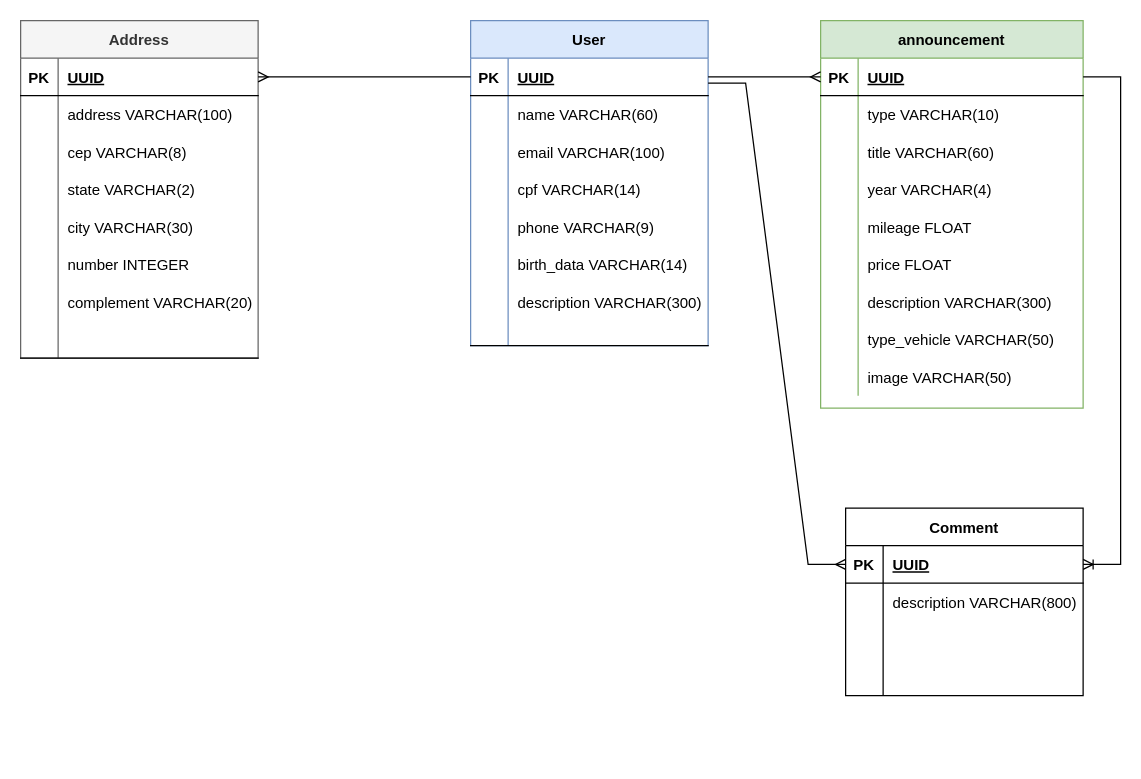
adrianonobrega/api-email keeps this draw.io diagram as Diagrama sem nome.drawio. Above is the earlier version. Source tidied: cells renumbered, new cells numbered last; positions are measured from the earlier drawing's top-left corner, leaving out a move shared by most shapes. Both pictures are drawn from the tidied source at 125%, with x=0, y=0 at pixel (20, 20).
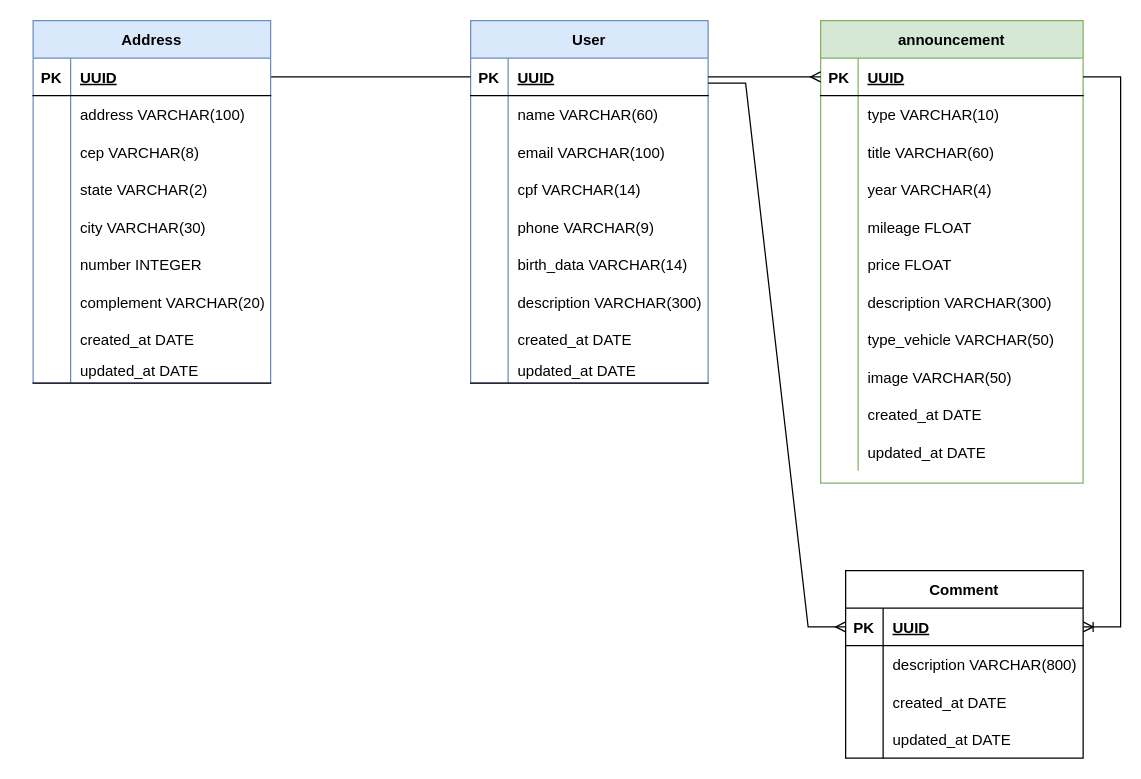
The same page after the edit.

Unchanged cells that the change refers to:
```xml
<mxCell id="3" style="shape=tableRow;horizontal=0;startSize=0;swimlaneHead=0;swimlaneBody=0;fillColor=none;points=[[0,0.5],[1,0.5]];portConstraint=eastwest;top=0;left=0;right=0;bottom=1;" parent="2" vertex="1">
  <mxGeometry y="30" width="190" height="30" as="geometry" />
</mxCell>
<mxCell id="89" style="shape=tableRow;horizontal=0;startSize=0;swimlaneHead=0;swimlaneBody=0;fillColor=none;top=0;left=0;right=0;bottom=0;" parent="82" vertex="1">
  <mxGeometry y="90" width="190" height="30" as="geometry" />
</mxCell>
<mxCell id="92" style="shape=tableRow;horizontal=0;startSize=0;swimlaneHead=0;swimlaneBody=0;fillColor=none;top=0;left=0;right=0;bottom=0;" parent="82" vertex="1">
  <mxGeometry y="120" width="190" height="30" as="geometry" />
</mxCell>
```

What changed in the source:
```diff
@@
     <mxCell id="2" value="User" style="shape=table;startSize=30;childLayout=tableLayout;rowLines=0;fontStyle=1;align=center;fillColor=#dae8fc;strokeColor=#6c8ebf;" parent="1" vertex="1">
-      <mxGeometry x="360" width="190" height="260" as="geometry" />
+      <mxGeometry x="360" width="190" height="290" as="geometry" />
     </mxCell>
@@
+    <mxCell id="97" style="shape=tableRow;horizontal=0;startSize=0;swimlaneHead=0;swimlaneBody=0;fillColor=none;top=0;left=0;right=0;bottom=0;" parent="2" vertex="1">
+      <mxGeometry y="240" width="190" height="30" as="geometry" />
+    </mxCell>
+    <mxCell id="98" style="shape=partialRectangle;fillColor=none;top=0;left=0;bottom=0;right=0;overflow=hidden;" parent="97" vertex="1">
+      <mxGeometry width="30" height="30" as="geometry" />
+    </mxCell>
+    <mxCell id="99" value="created_at DATE" style="shape=partialRectangle;fillColor=none;top=0;left=0;bottom=0;right=0;align=left;spacingLeft=6;overflow=hidden;" parent="97" vertex="1">
+      <mxGeometry x="30" width="160" height="30" as="geometry" />
+    </mxCell>
     <mxCell id="24" style="shape=tableRow;horizontal=0;startSize=0;swimlaneHead=0;swimlaneBody=0;fillColor=none;top=0;left=0;right=0;bottom=1;" parent="2" vertex="1">
-      <mxGeometry y="240" width="190" height="20" as="geometry" />
+      <mxGeometry y="270" width="190" height="20" as="geometry" />
     </mxCell>
@@
-    <mxCell id="26" style="shape=partialRectangle;fillColor=none;top=0;left=0;bottom=0;right=0;align=left;spacingLeft=6;fontStyle=5;overflow=hidden;" parent="24" vertex="1">
+    <mxCell id="26" value="updated_at DATE" style="shape=partialRectangle;fillColor=none;top=0;left=0;bottom=0;right=0;align=left;spacingLeft=6;fontStyle=0;overflow=hidden;strokeColor=none;" parent="24" vertex="1">
       <mxGeometry x="30" width="160" height="20" as="geometry" />
     </mxCell>
-    <mxCell id="27" value="Address" style="shape=table;startSize=30;childLayout=tableLayout;rowLines=0;fontStyle=1;align=center;fillColor=#f5f5f5;fontColor=#333333;strokeColor=#666666;" parent="1" vertex="1">
-      <mxGeometry width="190" height="270" as="geometry" />
-    </mxCell>
-    <mxCell id="28" style="shape=tableRow;horizontal=0;startSize=0;swimlaneHead=0;swimlaneBody=0;fillColor=none;points=[[0,0.5],[1,0.5]];portConstraint=eastwest;top=0;left=0;right=0;bottom=1;" parent="27" vertex="1">
-      <mxGeometry y="30" width="190" height="30" as="geometry" />
-    </mxCell>
-    <mxCell id="29" value="PK" style="shape=partialRectangle;fillColor=none;top=0;left=0;bottom=0;right=0;fontStyle=1;overflow=hidden;" parent="28" vertex="1">
-      <mxGeometry width="30" height="30" as="geometry" />
-    </mxCell>
-    <mxCell id="30" value="UUID" style="shape=partialRectangle;fillColor=none;top=0;left=0;bottom=0;right=0;align=left;spacingLeft=6;fontStyle=5;overflow=hidden;" parent="28" vertex="1">
-      <mxGeometry x="30" width="160" height="30" as="geometry" />
-    </mxCell>
-    <mxCell id="31" style="shape=tableRow;horizontal=0;startSize=0;swimlaneHead=0;swimlaneBody=0;fillColor=none;top=0;left=0;right=0;bottom=0;" parent="27" vertex="1">
-      <mxGeometry y="60" width="190" height="30" as="geometry" />
-    </mxCell>
-    <mxCell id="32" style="shape=partialRectangle;fillColor=none;top=0;left=0;bottom=0;right=0;overflow=hidden;" parent="31" vertex="1">
-      <mxGeometry width="30" height="30" as="geometry" />
-    </mxCell>
-    <mxCell id="33" value="address VARCHAR(100)" style="shape=partialRectangle;fillColor=none;top=0;left=0;bottom=0;right=0;align=left;spacingLeft=6;overflow=hidden;" parent="31" vertex="1">
-      <mxGeometry x="30" width="160" height="30" as="geometry" />
-    </mxCell>
-    <mxCell id="34" style="shape=tableRow;horizontal=0;startSize=0;swimlaneHead=0;swimlaneBody=0;fillColor=none;top=0;left=0;right=0;bottom=0;" parent="27" vertex="1">
-      <mxGeometry y="90" width="190" height="30" as="geometry" />
-    </mxCell>
-    <mxCell id="35" style="shape=partialRectangle;fillColor=none;top=0;left=0;bottom=0;right=0;overflow=hidden;" parent="34" vertex="1">
-      <mxGeometry width="30" height="30" as="geometry" />
-    </mxCell>
-    <mxCell id="36" value="cep VARCHAR(8)" style="shape=partialRectangle;fillColor=none;top=0;left=0;bottom=0;right=0;align=left;spacingLeft=6;overflow=hidden;" parent="34" vertex="1">
-      <mxGeometry x="30" width="160" height="30" as="geometry" />
-    </mxCell>
-    <mxCell id="37" style="shape=tableRow;horizontal=0;startSize=0;swimlaneHead=0;swimlaneBody=0;fillColor=none;top=0;left=0;right=0;bottom=0;" parent="27" vertex="1">
-      <mxGeometry y="120" width="190" height="30" as="geometry" />
-    </mxCell>
-    <mxCell id="38" style="shape=partialRectangle;fillColor=none;top=0;left=0;bottom=0;right=0;overflow=hidden;" parent="37" vertex="1">
-      <mxGeometry width="30" height="30" as="geometry" />
-    </mxCell>
-    <mxCell id="39" value="state VARCHAR(2)" style="shape=partialRectangle;fillColor=none;top=0;left=0;bottom=0;right=0;align=left;spacingLeft=6;overflow=hidden;" parent="37" vertex="1">
-      <mxGeometry x="30" width="160" height="30" as="geometry" />
-    </mxCell>
-    <mxCell id="40" style="shape=tableRow;horizontal=0;startSize=0;swimlaneHead=0;swimlaneBody=0;fillColor=none;top=0;left=0;right=0;bottom=0;" parent="27" vertex="1">
-      <mxGeometry y="150" width="190" height="30" as="geometry" />
-    </mxCell>
-    <mxCell id="41" style="shape=partialRectangle;fillColor=none;top=0;left=0;bottom=0;right=0;overflow=hidden;" parent="40" vertex="1">
-      <mxGeometry width="30" height="30" as="geometry" />
-    </mxCell>
-    <mxCell id="42" value="city VARCHAR(30)" style="shape=partialRectangle;fillColor=none;top=0;left=0;bottom=0;right=0;align=left;spacingLeft=6;overflow=hidden;" parent="40" vertex="1">
-      <mxGeometry x="30" width="160" height="30" as="geometry" />
-    </mxCell>
-    <mxCell id="43" style="shape=tableRow;horizontal=0;startSize=0;swimlaneHead=0;swimlaneBody=0;fillColor=none;top=0;left=0;right=0;bottom=0;" parent="27" vertex="1">
-      <mxGeometry y="180" width="190" height="30" as="geometry" />
-    </mxCell>
-    <mxCell id="44" style="shape=partialRectangle;fillColor=none;top=0;left=0;bottom=0;right=0;overflow=hidden;" parent="43" vertex="1">
-      <mxGeometry width="30" height="30" as="geometry" />
-    </mxCell>
-    <mxCell id="45" value="number INTEGER" style="shape=partialRectangle;fillColor=none;top=0;left=0;bottom=0;right=0;align=left;spacingLeft=6;overflow=hidden;" parent="43" vertex="1">
-      <mxGeometry x="30" width="160" height="30" as="geometry" />
-    </mxCell>
-    <mxCell id="46" style="shape=tableRow;horizontal=0;startSize=0;swimlaneHead=0;swimlaneBody=0;fillColor=none;top=0;left=0;right=0;bottom=0;" parent="27" vertex="1">
-      <mxGeometry y="210" width="190" height="30" as="geometry" />
-    </mxCell>
-    <mxCell id="47" style="shape=partialRectangle;fillColor=none;top=0;left=0;bottom=0;right=0;overflow=hidden;" parent="46" vertex="1">
-      <mxGeometry width="30" height="30" as="geometry" />
-    </mxCell>
-    <mxCell id="48" value="complement VARCHAR(20)" style="shape=partialRectangle;fillColor=none;top=0;left=0;bottom=0;right=0;align=left;spacingLeft=6;overflow=hidden;" parent="46" vertex="1">
-      <mxGeometry x="30" width="160" height="30" as="geometry" />
-    </mxCell>
-    <mxCell id="49" style="shape=tableRow;horizontal=0;startSize=0;swimlaneHead=0;swimlaneBody=0;fillColor=none;top=0;left=0;right=0;bottom=1;" parent="27" vertex="1">
-      <mxGeometry y="240" width="190" height="30" as="geometry" />
-    </mxCell>
-    <mxCell id="50" style="shape=partialRectangle;fillColor=none;top=0;left=0;bottom=0;right=0;fontStyle=1;overflow=hidden;" parent="49" vertex="1">
-      <mxGeometry width="30" height="30" as="geometry" />
-    </mxCell>
-    <mxCell id="51" style="shape=partialRectangle;fillColor=none;top=0;left=0;bottom=0;right=0;align=left;spacingLeft=6;fontStyle=5;overflow=hidden;" parent="49" vertex="1">
-      <mxGeometry x="30" width="160" height="30" as="geometry" />
-    </mxCell>
-    <mxCell id="52" style="edgeStyle=entityRelationEdgeStyle;fontSize=12;html=1;endArrow=ERmany;rounded=0;entryX=1;entryY=0.5;entryDx=0;entryDy=0;exitX=0;exitY=0.5;exitDx=0;exitDy=0;" parent="1" edge="1" source="3" target="28">
-      <mxGeometry relative="1" as="geometry" />
-    </mxCell>
     <mxCell id="53" value="announcement" style="shape=table;startSize=30;childLayout=tableLayout;rowLines=0;fontStyle=1;align=center;fillColor=#d5e8d4;strokeColor=#82b366;" parent="1" vertex="1">
-      <mxGeometry x="640" width="210" height="310" as="geometry" />
+      <mxGeometry x="640" width="210" height="370" as="geometry" />
     </mxCell>
@@
+    <mxCell id="100" style="shape=tableRow;horizontal=0;startSize=0;swimlaneHead=0;swimlaneBody=0;fillColor=none;top=0;left=0;right=0;bottom=0;" parent="53" vertex="1">
+      <mxGeometry y="300" width="210" height="30" as="geometry" />
+    </mxCell>
+    <mxCell id="101" style="shape=partialRectangle;fillColor=none;top=0;left=0;bottom=0;right=0;overflow=hidden;" parent="100" vertex="1">
+      <mxGeometry width="30" height="30" as="geometry" />
+    </mxCell>
+    <mxCell id="102" value="created_at DATE" style="shape=partialRectangle;fillColor=none;top=0;left=0;bottom=0;right=0;align=left;spacingLeft=6;overflow=hidden;" parent="100" vertex="1">
+      <mxGeometry x="30" width="180" height="30" as="geometry" />
+    </mxCell>
+    <mxCell id="103" style="shape=tableRow;horizontal=0;startSize=0;swimlaneHead=0;swimlaneBody=0;fillColor=none;top=0;left=0;right=0;bottom=0;" parent="53" vertex="1">
+      <mxGeometry y="330" width="210" height="30" as="geometry" />
+    </mxCell>
+    <mxCell id="104" style="shape=partialRectangle;fillColor=none;top=0;left=0;bottom=0;right=0;overflow=hidden;" parent="103" vertex="1">
+      <mxGeometry width="30" height="30" as="geometry" />
+    </mxCell>
+    <mxCell id="105" value="updated_at DATE" style="shape=partialRectangle;fillColor=none;top=0;left=0;bottom=0;right=0;align=left;spacingLeft=6;overflow=hidden;" parent="103" vertex="1">
+      <mxGeometry x="30" width="180" height="30" as="geometry" />
+    </mxCell>
@@
     <mxCell id="82" value="Comment" style="shape=table;startSize=30;childLayout=tableLayout;rowLines=0;fontStyle=1;align=center;" parent="1" vertex="1">
-      <mxGeometry x="660" y="390" width="190" height="150" as="geometry" />
+      <mxGeometry x="660" y="440" width="190" height="150" as="geometry" />
     </mxCell>
@@
-    <mxCell id="91" style="shape=partialRectangle;fillColor=none;top=0;left=0;bottom=0;right=0;align=left;spacingLeft=6;overflow=hidden;" parent="89" vertex="1">
+    <mxCell id="91" value="created_at DATE" style="shape=partialRectangle;fillColor=none;top=0;left=0;bottom=0;right=0;align=left;spacingLeft=6;overflow=hidden;" parent="89" vertex="1">
       <mxGeometry x="30" width="160" height="30" as="geometry" />
     </mxCell>
@@
-    <mxCell id="94" style="shape=partialRectangle;fillColor=none;top=0;left=0;bottom=0;right=0;align=left;spacingLeft=6;overflow=hidden;" parent="92" vertex="1">
+    <mxCell id="94" value="updated_at DATE" style="shape=partialRectangle;fillColor=none;top=0;left=0;bottom=0;right=0;align=left;spacingLeft=6;overflow=hidden;" parent="92" vertex="1">
       <mxGeometry x="30" width="160" height="30" as="geometry" />
     </mxCell>
@@
+    <mxCell id="106" style="endArrow=none;html=1;rounded=0;exitX=1;exitY=0.5;exitDx=0;exitDy=0;entryX=0;entryY=0.5;entryDx=0;entryDy=0;" parent="1" edge="1" source="28" target="3">
+      <mxGeometry relative="1" as="geometry" />
+    </mxCell>
+    <mxCell id="27" value="Address" style="shape=table;startSize=30;childLayout=tableLayout;rowLines=0;fontStyle=1;align=center;fillColor=#dae8fc;strokeColor=#6c8ebf;" parent="1" vertex="1">
+      <mxGeometry x="10" width="190" height="290" as="geometry" />
+    </mxCell>
+    <mxCell id="28" style="shape=tableRow;horizontal=0;startSize=0;swimlaneHead=0;swimlaneBody=0;fillColor=none;points=[[0,0.5],[1,0.5]];portConstraint=eastwest;top=0;left=0;right=0;bottom=1;" parent="27" vertex="1">
+      <mxGeometry y="30" width="190" height="30" as="geometry" />
+    </mxCell>
+    <mxCell id="29" value="PK" style="shape=partialRectangle;fillColor=none;top=0;left=0;bottom=0;right=0;fontStyle=1;overflow=hidden;" parent="28" vertex="1">
+      <mxGeometry width="30" height="30" as="geometry" />
+    </mxCell>
+    <mxCell id="30" value="UUID" style="shape=partialRectangle;fillColor=none;top=0;left=0;bottom=0;right=0;align=left;spacingLeft=6;fontStyle=5;overflow=hidden;" parent="28" vertex="1">
+      <mxGeometry x="30" width="160" height="30" as="geometry" />
+    </mxCell>
+    <mxCell id="31" style="shape=tableRow;horizontal=0;startSize=0;swimlaneHead=0;swimlaneBody=0;fillColor=none;top=0;left=0;right=0;bottom=0;" parent="27" vertex="1">
+      <mxGeometry y="60" width="190" height="30" as="geometry" />
+    </mxCell>
+    <mxCell id="107" style="shape=partialRectangle;fillColor=none;top=0;left=0;bottom=0;right=0;overflow=hidden;" parent="31" vertex="1">
+      <mxGeometry width="30" height="30" as="geometry" />
+    </mxCell>
+    <mxCell id="33" value="address VARCHAR(100)" style="shape=partialRectangle;fillColor=none;top=0;left=0;bottom=0;right=0;align=left;spacingLeft=6;overflow=hidden;" parent="31" vertex="1">
+      <mxGeometry x="30" width="160" height="30" as="geometry" />
+    </mxCell>
+    <mxCell id="34" style="shape=tableRow;horizontal=0;startSize=0;swimlaneHead=0;swimlaneBody=0;fillColor=none;top=0;left=0;right=0;bottom=0;" parent="27" vertex="1">
+      <mxGeometry y="90" width="190" height="30" as="geometry" />
+    </mxCell>
+    <mxCell id="108" style="shape=partialRectangle;fillColor=none;top=0;left=0;bottom=0;right=0;overflow=hidden;" parent="34" vertex="1">
+      <mxGeometry width="30" height="30" as="geometry" />
+    </mxCell>
+    <mxCell id="36" value="cep VARCHAR(8)" style="shape=partialRectangle;fillColor=none;top=0;left=0;bottom=0;right=0;align=left;spacingLeft=6;overflow=hidden;" parent="34" vertex="1">
+      <mxGeometry x="30" width="160" height="30" as="geometry" />
+    </mxCell>
+    <mxCell id="37" style="shape=tableRow;horizontal=0;startSize=0;swimlaneHead=0;swimlaneBody=0;fillColor=none;top=0;left=0;right=0;bottom=0;" parent="27" vertex="1">
+      <mxGeometry y="120" width="190" height="30" as="geometry" />
+    </mxCell>
+    <mxCell id="109" style="shape=partialRectangle;fillColor=none;top=0;left=0;bottom=0;right=0;overflow=hidden;" parent="37" vertex="1">
+      <mxGeometry width="30" height="30" as="geometry" />
+    </mxCell>
+    <mxCell id="39" value="state VARCHAR(2)" style="shape=partialRectangle;fillColor=none;top=0;left=0;bottom=0;right=0;align=left;spacingLeft=6;overflow=hidden;" parent="37" vertex="1">
+      <mxGeometry x="30" width="160" height="30" as="geometry" />
+    </mxCell>
+    <mxCell id="40" style="shape=tableRow;horizontal=0;startSize=0;swimlaneHead=0;swimlaneBody=0;fillColor=none;top=0;left=0;right=0;bottom=0;" parent="27" vertex="1">
+      <mxGeometry y="150" width="190" height="30" as="geometry" />
+    </mxCell>
+    <mxCell id="110" style="shape=partialRectangle;fillColor=none;top=0;left=0;bottom=0;right=0;overflow=hidden;" parent="40" vertex="1">
+      <mxGeometry width="30" height="30" as="geometry" />
+    </mxCell>
+    <mxCell id="42" value="city VARCHAR(30)" style="shape=partialRectangle;fillColor=none;top=0;left=0;bottom=0;right=0;align=left;spacingLeft=6;overflow=hidden;" parent="40" vertex="1">
+      <mxGeometry x="30" width="160" height="30" as="geometry" />
+    </mxCell>
+    <mxCell id="43" style="shape=tableRow;horizontal=0;startSize=0;swimlaneHead=0;swimlaneBody=0;fillColor=none;top=0;left=0;right=0;bottom=0;" parent="27" vertex="1">
+      <mxGeometry y="180" width="190" height="30" as="geometry" />
+    </mxCell>
+    <mxCell id="111" style="shape=partialRectangle;fillColor=none;top=0;left=0;bottom=0;right=0;overflow=hidden;" parent="43" vertex="1">
+      <mxGeometry width="30" height="30" as="geometry" />
+    </mxCell>
+    <mxCell id="45" value="number INTEGER" style="shape=partialRectangle;fillColor=none;top=0;left=0;bottom=0;right=0;align=left;spacingLeft=6;overflow=hidden;" parent="43" vertex="1">
+      <mxGeometry x="30" width="160" height="30" as="geometry" />
+    </mxCell>
+    <mxCell id="46" style="shape=tableRow;horizontal=0;startSize=0;swimlaneHead=0;swimlaneBody=0;fillColor=none;top=0;left=0;right=0;bottom=0;" parent="27" vertex="1">
+      <mxGeometry y="210" width="190" height="30" as="geometry" />
+    </mxCell>
+    <mxCell id="112" style="shape=partialRectangle;fillColor=none;top=0;left=0;bottom=0;right=0;overflow=hidden;" parent="46" vertex="1">
+      <mxGeometry width="30" height="30" as="geometry" />
+    </mxCell>
+    <mxCell id="48" value="complement VARCHAR(20)" style="shape=partialRectangle;fillColor=none;top=0;left=0;bottom=0;right=0;align=left;spacingLeft=6;overflow=hidden;" parent="46" vertex="1">
+      <mxGeometry x="30" width="160" height="30" as="geometry" />
+    </mxCell>
+    <mxCell id="113" style="shape=tableRow;horizontal=0;startSize=0;swimlaneHead=0;swimlaneBody=0;fillColor=none;top=0;left=0;right=0;bottom=0;" parent="27" vertex="1">
+      <mxGeometry y="240" width="190" height="30" as="geometry" />
+    </mxCell>
+    <mxCell id="114" style="shape=partialRectangle;fillColor=none;top=0;left=0;bottom=0;right=0;overflow=hidden;" parent="113" vertex="1">
+      <mxGeometry width="30" height="30" as="geometry" />
+    </mxCell>
+    <mxCell id="115" value="created_at DATE" style="shape=partialRectangle;fillColor=none;top=0;left=0;bottom=0;right=0;align=left;spacingLeft=6;overflow=hidden;" parent="113" vertex="1">
+      <mxGeometry x="30" width="160" height="30" as="geometry" />
+    </mxCell>
+    <mxCell id="116" style="shape=tableRow;horizontal=0;startSize=0;swimlaneHead=0;swimlaneBody=0;fillColor=none;top=0;left=0;right=0;bottom=1;" parent="27" vertex="1">
+      <mxGeometry y="270" width="190" height="20" as="geometry" />
+    </mxCell>
+    <mxCell id="117" style="shape=partialRectangle;fillColor=none;top=0;left=0;bottom=0;right=0;fontStyle=1;overflow=hidden;" parent="116" vertex="1">
+      <mxGeometry width="30" height="20" as="geometry" />
+    </mxCell>
+    <mxCell id="118" value="updated_at DATE" style="shape=partialRectangle;fillColor=none;top=0;left=0;bottom=0;right=0;align=left;spacingLeft=6;fontStyle=0;overflow=hidden;strokeColor=none;" parent="116" vertex="1">
+      <mxGeometry x="30" width="160" height="20" as="geometry" />
+    </mxCell>
```
